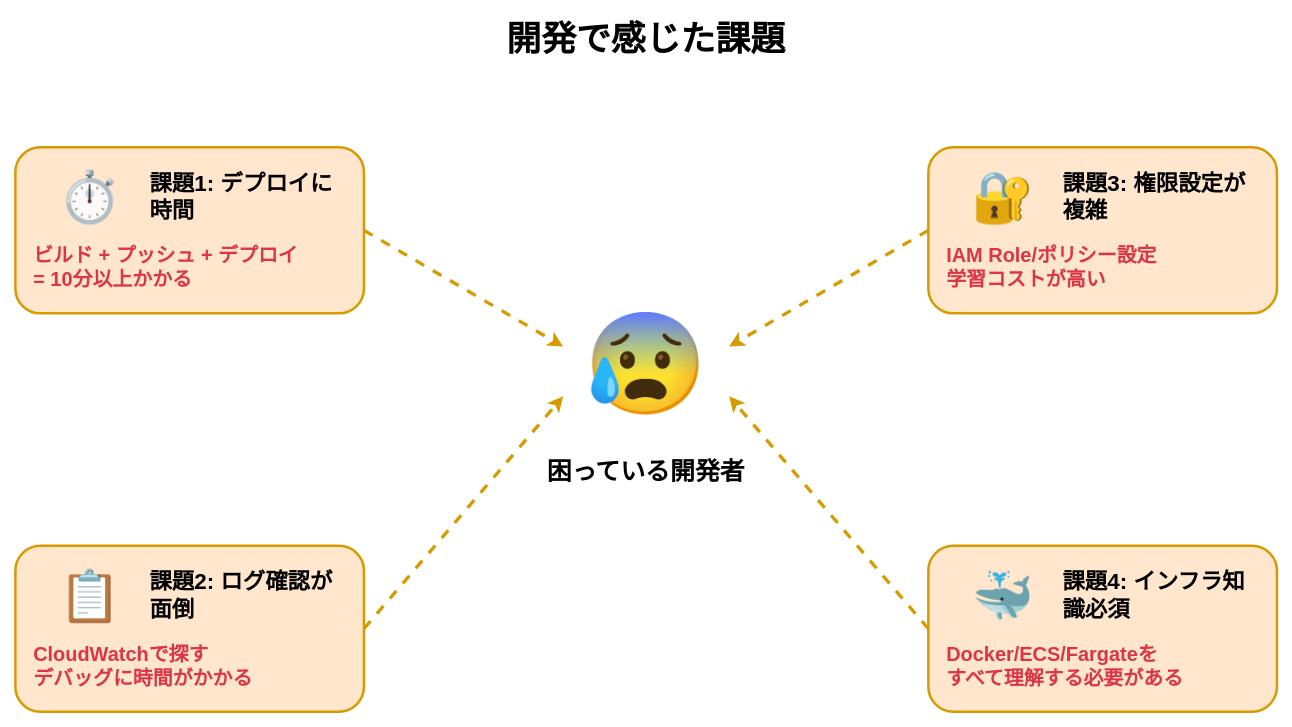
Before: assets/2025-11-07-tamesare-data-sapporo/aws-ml-challenges.drawio in i9wa4/i9wa4.github.io, a draw.io diagram. Source tidied: cells renumbered, new cells numbered last; positions are measured from the earlier drawing's top-left corner, leaving out a move shared by most shapes. Both pictures are drawn from the tidied source at 83%, with x=0, y=0 at pixel (15, 14).
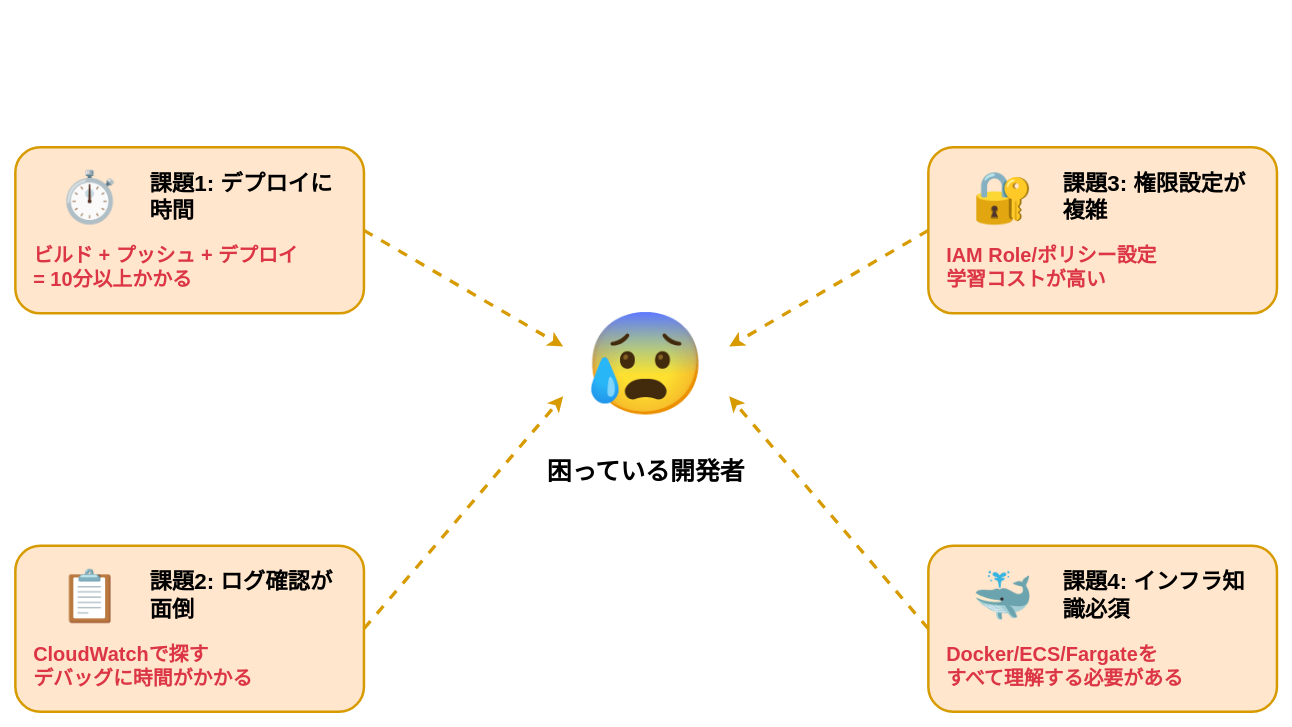
The same page after the edit.

What changed in the source:
```diff
@@
-    <mxCell id="2" value="開発で感じた課題" style="text;html=1;strokeColor=none;fillColor=none;align=center;verticalAlign=middle;whiteSpace=wrap;rounded=0;fontSize=42;fontStyle=1;" parent="1" vertex="1">
-      <mxGeometry x="460" width="600" height="60" as="geometry" />
-    </mxCell>
```
